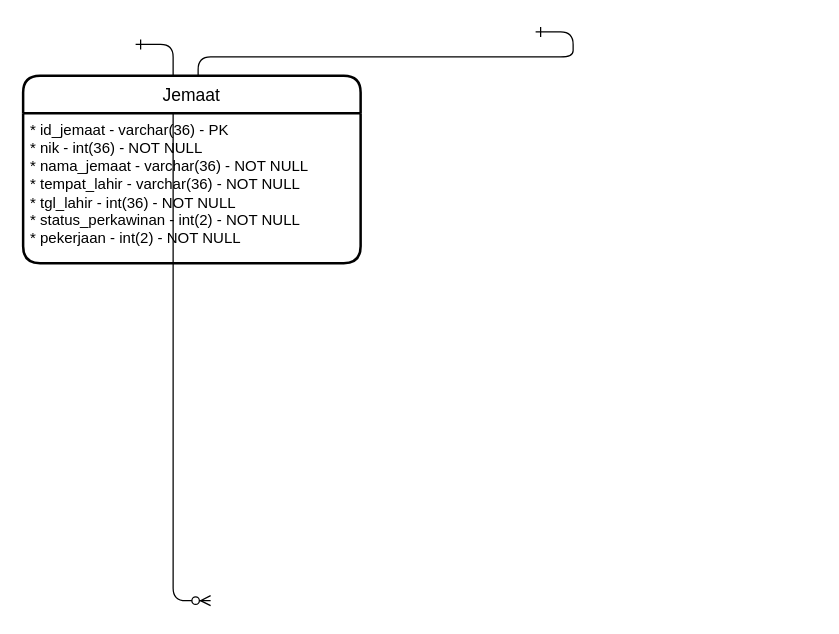
Before: db_eChurch.drawio in Raymond-15/requirements, a draw.io diagram. Source tidied: cells renumbered, new cells numbered last; positions are measured from the earlier drawing's top-left corner, leaving out a move shared by most shapes. Both pictures are drawn from the tidied source at 125%, with x=0, y=0 at pixel (22, 31).
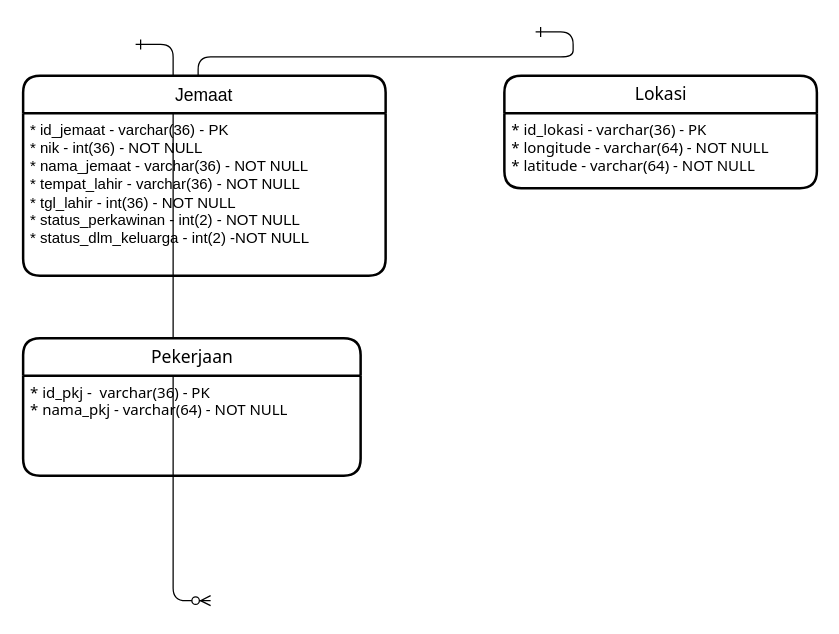
The same page after the edit.

The edit, as a diff of the source:
```diff
@@
 <mxGraphModel>
   <root>
     <mxCell id="0" />
     <mxCell id="1" parent="0" />
     <mxCell id="2" style="edgeStyle=entityRelationEdgeStyle;endArrow=ERzeroToMany;startArrow=ERone;endFill=1;startFill=0;" parent="1" edge="1">
       <mxGeometry relative="1" as="geometry">
         <mxPoint x="90" y="10" as="sourcePoint" />
         <mxPoint x="150" y="455" as="targetPoint" />
       </mxGeometry>
     </mxCell>
     <mxCell id="3" style="edgeStyle=entityRelationEdgeStyle;endArrow=ERzeroToMany;startArrow=ERone;endFill=1;startFill=0;" parent="1" edge="1">
       <mxGeometry relative="1" as="geometry">
         <mxPoint x="410" as="sourcePoint" />
         <mxPoint x="170" y="40" as="targetPoint" />
       </mxGeometry>
     </mxCell>
     <mxCell id="4" value="Jemaat" style="swimlane;horizontal=1;startSize=30;rounded=1;fontSize=14;fontStyle=0;strokeWidth=2;shadow=0;dashed=0;align=center;" parent="1" vertex="1">
-      <mxGeometry y="35" width="270" height="150" as="geometry" />
+      <mxGeometry y="35" width="290" height="160" as="geometry" />
     </mxCell>
-    <mxCell id="5" value="* id_jemaat - varchar(36) - PK&lt;br&gt;* nik - int(36) - NOT NULL&lt;br&gt;* nama_jemaat - varchar(36) - NOT NULL&lt;br&gt;* tempat_lahir - varchar(36) - NOT NULL&lt;br&gt;* tgl_lahir - int(36) - NOT NULL&lt;br&gt;* status_perkawinan - int(2) - NOT NULL&lt;br&gt;* pekerjaan - int(2) - NOT NULL" style="align=left;strokeColor=none;fillColor=none;spacingLeft=4;fontSize=12;verticalAlign=top;labelBorderColor=none;spacingTop=0;spacing=2;spacingRight=0;labelBackgroundColor=none;html=1;" parent="4" vertex="1">
-      <mxGeometry y="30" width="270" height="120" as="geometry" />
+    <mxCell id="5" value="* id_jemaat - varchar(36) - PK&lt;br&gt;* nik - int(36) - NOT NULL&lt;br&gt;* nama_jemaat - varchar(36) - NOT NULL&lt;br&gt;* tempat_lahir - varchar(36) - NOT NULL&lt;br&gt;* tgl_lahir - int(36) - NOT NULL&lt;br&gt;* status_perkawinan - int(2) - NOT NULL&lt;br&gt;* status_dlm_keluarga - int(2) -NOT NULL" style="align=left;strokeColor=none;fillColor=none;spacingLeft=4;fontSize=12;verticalAlign=top;labelBorderColor=none;spacingTop=0;spacing=2;spacingRight=0;labelBackgroundColor=none;html=1;" parent="4" vertex="1">
+      <mxGeometry y="30" width="290" height="130" as="geometry" />
     </mxCell>
+    <mxCell id="6" value="Lokasi" style="swimlane;horizontal=1;startSize=30;rounded=1;fontSize=14;fontStyle=0;strokeWidth=2;shadow=0;dashed=0;align=center;labelBackgroundColor=none;labelBorderColor=none;sketch=0;fontFamily=Tahoma;html=1;" parent="1" vertex="1">
+      <mxGeometry x="385" y="35" width="250" height="90" as="geometry" />
+    </mxCell>
+    <mxCell id="7" value="* id_lokasi - varchar(36) - PK&lt;br&gt;* longitude - varchar(64) - NOT NULL&lt;br&gt;* latitude - varchar(64) - NOT NULL" style="align=left;strokeColor=none;fillColor=none;spacingLeft=4;fontSize=12;verticalAlign=top;labelBackgroundColor=none;labelBorderColor=none;sketch=1;fontFamily=Tahoma;html=1;" parent="6" vertex="1">
+      <mxGeometry y="30" width="250" height="60" as="geometry" />
+    </mxCell>
+    <mxCell id="8" value="Pekerjaan" style="swimlane;horizontal=1;startSize=30;rounded=1;fontSize=14;fontStyle=0;strokeWidth=2;shadow=0;dashed=0;align=center;labelBackgroundColor=none;labelBorderColor=none;sketch=0;fontFamily=Tahoma;html=1;" parent="1" vertex="1">
+      <mxGeometry y="245" width="270" height="110" as="geometry" />
+    </mxCell>
+    <mxCell id="9" value="* id_pkj -&amp;nbsp; varchar(36) - PK&lt;br&gt;* nama_pkj - varchar(64) - NOT NULL&lt;br&gt;" style="align=left;strokeColor=none;fillColor=none;spacingLeft=4;fontSize=12;verticalAlign=top;shadow=0;labelBackgroundColor=none;labelBorderColor=none;sketch=0;fontFamily=Tahoma;html=1;" parent="8" vertex="1">
+      <mxGeometry y="30" width="270" height="80" as="geometry" />
+    </mxCell>
   </root>
 </mxGraphModel>
```
